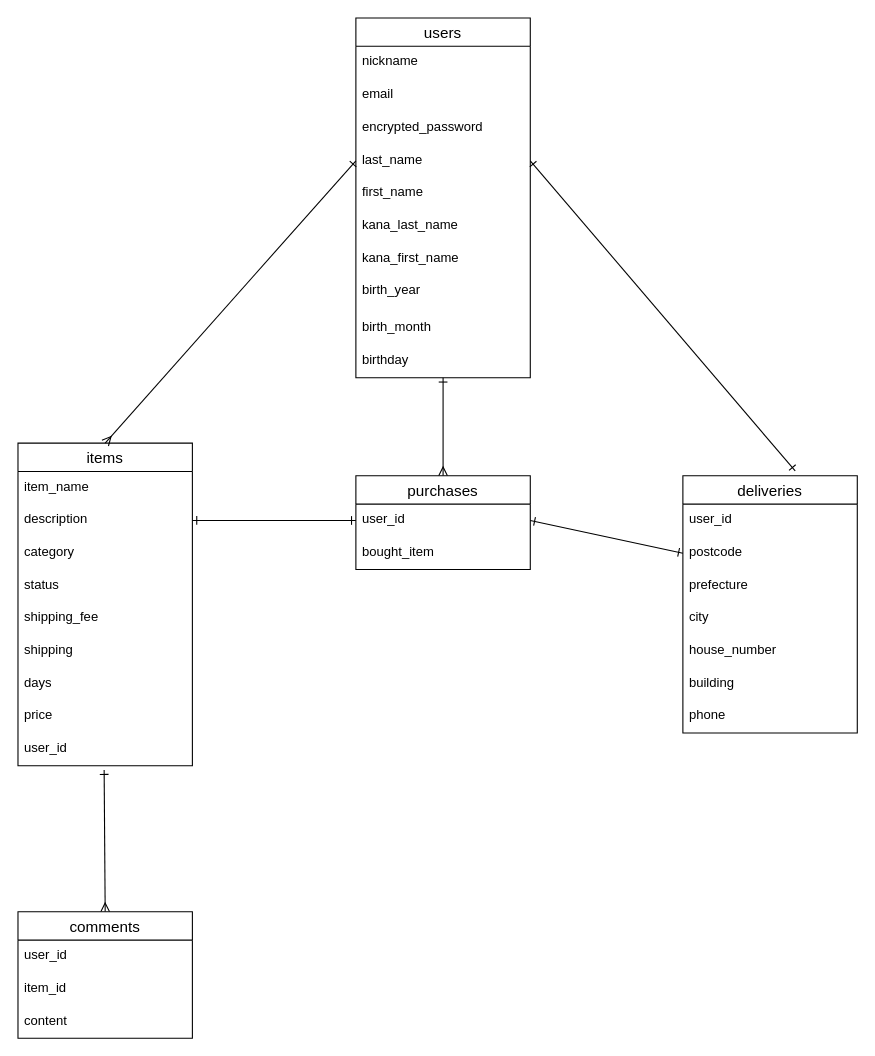
Above: furima.dio in umeskayame/furima2-39838 (draw.io), before the change. Source tidied: cells renumbered, new cells numbered last; positions are measured from the earlier drawing's top-left corner, leaving out a move shared by most shapes. Both pictures are drawn from the tidied source at 109%, with x=0, y=0 at pixel (17, 17).
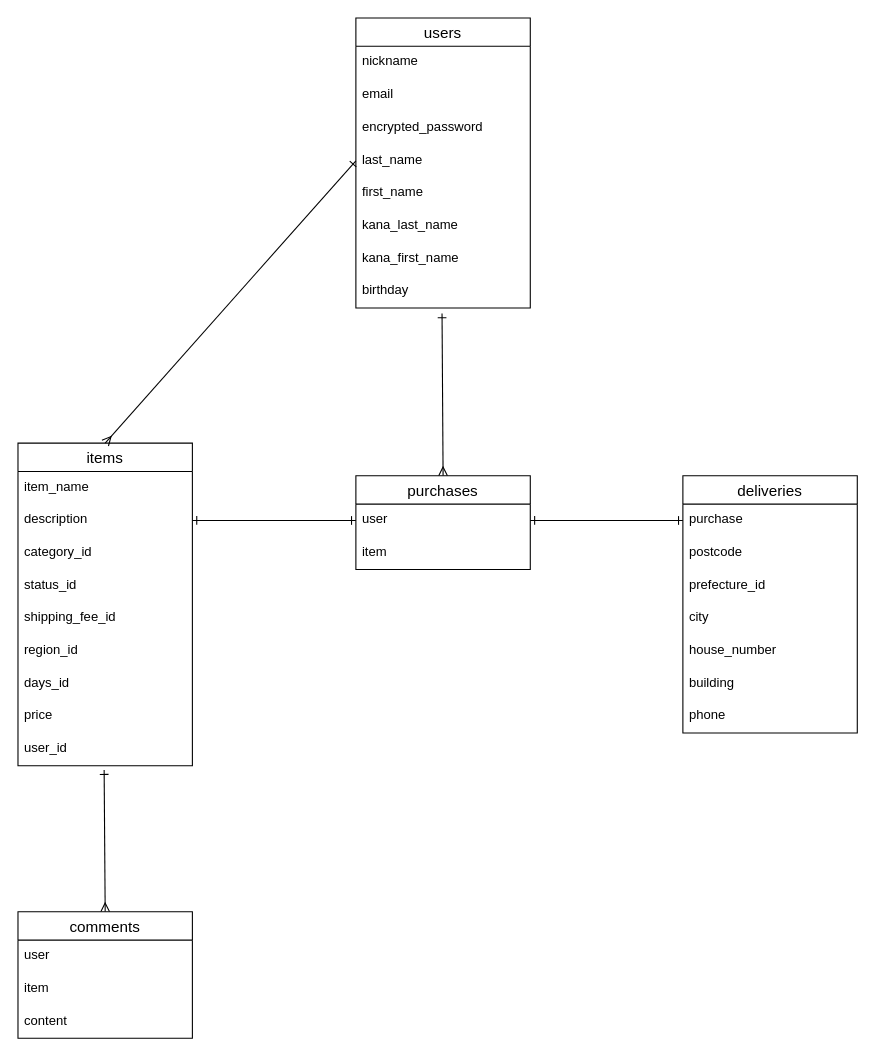
Above is the later version.

The change refers to these unchanged cells:
```xml
<mxCell id="6" value="last_name" style="text;strokeColor=none;fillColor=none;spacingLeft=4;spacingRight=4;overflow=hidden;points=[[0,0.5],[1,0.5]];portConstraint=eastwest;fontSize=12;" parent="2" vertex="1">
  <mxGeometry y="116" width="160" height="30" as="geometry" />
</mxCell>
<mxCell id="13" value="items" style="swimlane;fontStyle=0;horizontal=1;startSize=26;align=center;fontSize=14;" parent="1" vertex="1">
  <mxGeometry y="390" width="160" height="296" as="geometry" />
</mxCell>
<mxCell id="24" value="purchases" style="swimlane;fontStyle=0;horizontal=1;startSize=26;align=center;fontSize=14;" parent="1" vertex="1">
  <mxGeometry x="310" y="420" width="160" height="86" as="geometry" />
</mxCell>
<mxCell id="27" value="deliveries" style="swimlane;fontStyle=0;horizontal=1;startSize=26;align=center;fontSize=14;" parent="1" vertex="1">
  <mxGeometry x="610" y="420" width="160" height="236" as="geometry" />
</mxCell>
<mxCell id="29" value="postcode" style="text;strokeColor=none;fillColor=none;spacingLeft=4;spacingRight=4;overflow=hidden;points=[[0,0.5],[1,0.5]];portConstraint=eastwest;fontSize=12;" parent="27" vertex="1">
  <mxGeometry y="56" width="160" height="30" as="geometry" />
</mxCell>
<mxCell id="36" value="comments" style="swimlane;fontStyle=0;horizontal=1;startSize=26;align=center;fontSize=14;" parent="1" vertex="1">
  <mxGeometry y="820" width="160" height="116" as="geometry" />
</mxCell>
```

Change to the diagram source:
```diff
@@
     <mxCell id="2" value="users" style="swimlane;fontStyle=0;horizontal=1;startSize=26;align=center;fontSize=14;" parent="1" vertex="1">
-      <mxGeometry x="310" width="160" height="330" as="geometry" />
+      <mxGeometry x="310" width="160" height="266" as="geometry" />
     </mxCell>
@@
-    <mxCell id="10" value="birth_year" style="text;strokeColor=none;fillColor=none;spacingLeft=4;spacingRight=4;overflow=hidden;fontSize=12;" parent="2" vertex="1">
-      <mxGeometry y="236" width="160" height="34" as="geometry" />
-    </mxCell>
-    <mxCell id="11" value="birth_month" style="text;strokeColor=none;fillColor=none;spacingLeft=4;spacingRight=4;overflow=hidden;fontSize=12;" parent="2" vertex="1">
-      <mxGeometry y="270" width="160" height="30" as="geometry" />
-    </mxCell>
     <mxCell id="12" value="birthday" style="text;strokeColor=none;fillColor=none;spacingLeft=4;spacingRight=4;overflow=hidden;points=[[0,0.5],[1,0.5]];portConstraint=eastwest;fontSize=12;" parent="2" vertex="1">
-      <mxGeometry y="300" width="160" height="30" as="geometry" />
+      <mxGeometry y="236" width="160" height="30" as="geometry" />
     </mxCell>
@@
-    <mxCell id="16" value="category" style="text;strokeColor=none;fillColor=none;spacingLeft=4;spacingRight=4;overflow=hidden;fontSize=12;" parent="13" vertex="1">
+    <mxCell id="16" value="category_id" style="text;strokeColor=none;fillColor=none;spacingLeft=4;spacingRight=4;overflow=hidden;fontSize=12;" parent="13" vertex="1">
       <mxGeometry y="86" width="160" height="30" as="geometry" />
     </mxCell>
-    <mxCell id="17" value="status" style="text;strokeColor=none;fillColor=none;spacingLeft=4;spacingRight=4;overflow=hidden;fontSize=12;" parent="13" vertex="1">
+    <mxCell id="17" value="status_id" style="text;strokeColor=none;fillColor=none;spacingLeft=4;spacingRight=4;overflow=hidden;fontSize=12;" parent="13" vertex="1">
       <mxGeometry y="116" width="160" height="30" as="geometry" />
     </mxCell>
-    <mxCell id="18" value="shipping_fee" style="text;strokeColor=none;fillColor=none;spacingLeft=4;spacingRight=4;overflow=hidden;fontSize=12;" parent="13" vertex="1">
+    <mxCell id="18" value="shipping_fee_id" style="text;strokeColor=none;fillColor=none;spacingLeft=4;spacingRight=4;overflow=hidden;fontSize=12;" parent="13" vertex="1">
       <mxGeometry y="146" width="160" height="30" as="geometry" />
     </mxCell>
-    <mxCell id="19" value="shipping" style="text;strokeColor=none;fillColor=none;spacingLeft=4;spacingRight=4;overflow=hidden;fontSize=12;" parent="13" vertex="1">
+    <mxCell id="19" value="region_id" style="text;strokeColor=none;fillColor=none;spacingLeft=4;spacingRight=4;overflow=hidden;fontSize=12;" parent="13" vertex="1">
       <mxGeometry y="176" width="160" height="30" as="geometry" />
     </mxCell>
-    <mxCell id="20" value="days" style="text;strokeColor=none;fillColor=none;spacingLeft=4;spacingRight=4;overflow=hidden;fontSize=12;" parent="13" vertex="1">
+    <mxCell id="20" value="days_id" style="text;strokeColor=none;fillColor=none;spacingLeft=4;spacingRight=4;overflow=hidden;fontSize=12;" parent="13" vertex="1">
       <mxGeometry y="206" width="160" height="30" as="geometry" />
     </mxCell>
@@
-    <mxCell id="23" style="edgeStyle=none;html=1;exitX=0.5;exitY=0;exitDx=0;exitDy=0;startArrow=ERmany;startFill=0;endArrow=ERone;endFill=0;" parent="1" edge="1" source="24">
-      <mxGeometry relative="1" as="geometry">
-        <mxPoint x="390" y="330" as="targetPoint" />
-      </mxGeometry>
-    </mxCell>
+    <mxCell id="44" style="edgeStyle=none;html=1;exitX=0.5;exitY=0;exitDx=0;exitDy=0;entryX=0.494;entryY=1.167;entryDx=0;entryDy=0;entryPerimeter=0;endArrow=ERone;endFill=0;startArrow=ERmany;startFill=0;" parent="1" edge="1" source="24" target="12">
+      <mxGeometry relative="1" as="geometry" />
+    </mxCell>
@@
-    <mxCell id="25" value="user_id" style="text;strokeColor=none;fillColor=none;spacingLeft=4;spacingRight=4;overflow=hidden;points=[[0,0.5],[1,0.5]];portConstraint=eastwest;fontSize=12;" parent="24" vertex="1">
+    <mxCell id="25" value="user" style="text;strokeColor=none;fillColor=none;spacingLeft=4;spacingRight=4;overflow=hidden;points=[[0,0.5],[1,0.5]];portConstraint=eastwest;fontSize=12;" parent="24" vertex="1">
       <mxGeometry y="26" width="160" height="30" as="geometry" />
     </mxCell>
-    <mxCell id="26" value="bought_item" style="text;strokeColor=none;fillColor=none;spacingLeft=4;spacingRight=4;overflow=hidden;fontSize=12;" parent="24" vertex="1">
+    <mxCell id="26" value="item" style="text;strokeColor=none;fillColor=none;spacingLeft=4;spacingRight=4;overflow=hidden;fontSize=12;" parent="24" vertex="1">
       <mxGeometry y="56" width="160" height="30" as="geometry" />
     </mxCell>
@@
-    <mxCell id="28" value="user_id" style="text;strokeColor=none;fillColor=none;spacingLeft=4;spacingRight=4;overflow=hidden;fontSize=12;" parent="27" vertex="1">
-      <mxGeometry y="26" width="160" height="30" as="geometry" />
-    </mxCell>
+    <mxCell id="45" value="purchase" style="text;strokeColor=none;fillColor=none;spacingLeft=4;spacingRight=4;overflow=hidden;points=[[0,0.5],[1,0.5]];portConstraint=eastwest;fontSize=12;" parent="27" vertex="1">
+      <mxGeometry y="26" width="160" height="30" as="geometry" />
+    </mxCell>
@@
-    <mxCell id="30" value="prefecture" style="text;strokeColor=none;fillColor=none;spacingLeft=4;spacingRight=4;overflow=hidden;fontSize=12;" parent="27" vertex="1">
+    <mxCell id="30" value="prefecture_id" style="text;strokeColor=none;fillColor=none;spacingLeft=4;spacingRight=4;overflow=hidden;fontSize=12;" parent="27" vertex="1">
       <mxGeometry y="86" width="160" height="30" as="geometry" />
     </mxCell>
@@
-    <mxCell id="37" value="user_id" style="text;strokeColor=none;fillColor=none;spacingLeft=4;spacingRight=4;overflow=hidden;fontSize=12;" parent="36" vertex="1">
+    <mxCell id="37" value="user" style="text;strokeColor=none;fillColor=none;spacingLeft=4;spacingRight=4;overflow=hidden;fontSize=12;" parent="36" vertex="1">
       <mxGeometry y="26" width="160" height="30" as="geometry" />
     </mxCell>
-    <mxCell id="38" value="item_id" style="text;strokeColor=none;fillColor=none;spacingLeft=4;spacingRight=4;overflow=hidden;fontSize=12;" parent="36" vertex="1">
+    <mxCell id="38" value="item" style="text;strokeColor=none;fillColor=none;spacingLeft=4;spacingRight=4;overflow=hidden;fontSize=12;" parent="36" vertex="1">
       <mxGeometry y="56" width="160" height="30" as="geometry" />
     </mxCell>
@@
-    <mxCell id="40" style="edgeStyle=none;html=1;exitX=1;exitY=0.5;exitDx=0;exitDy=0;entryX=0;entryY=0.5;entryDx=0;entryDy=0;endArrow=ERone;endFill=0;startArrow=ERone;startFill=0;" parent="1" edge="1" source="25" target="29">
+    <mxCell id="40" style="edgeStyle=none;html=1;exitX=1;exitY=0.5;exitDx=0;exitDy=0;entryX=0;entryY=0.5;entryDx=0;entryDy=0;endArrow=ERone;endFill=0;startArrow=ERone;startFill=0;" parent="1" edge="1" source="25" target="45">
       <mxGeometry relative="1" as="geometry" />
     </mxCell>
@@
-    <mxCell id="43" style="edgeStyle=none;html=1;exitX=1;exitY=0.5;exitDx=0;exitDy=0;entryX=0.644;entryY=-0.019;entryDx=0;entryDy=0;entryPerimeter=0;startArrow=ERone;startFill=0;endArrow=ERone;endFill=0;" parent="1" edge="1" source="6" target="27">
-      <mxGeometry relative="1" as="geometry" />
-    </mxCell>
```
